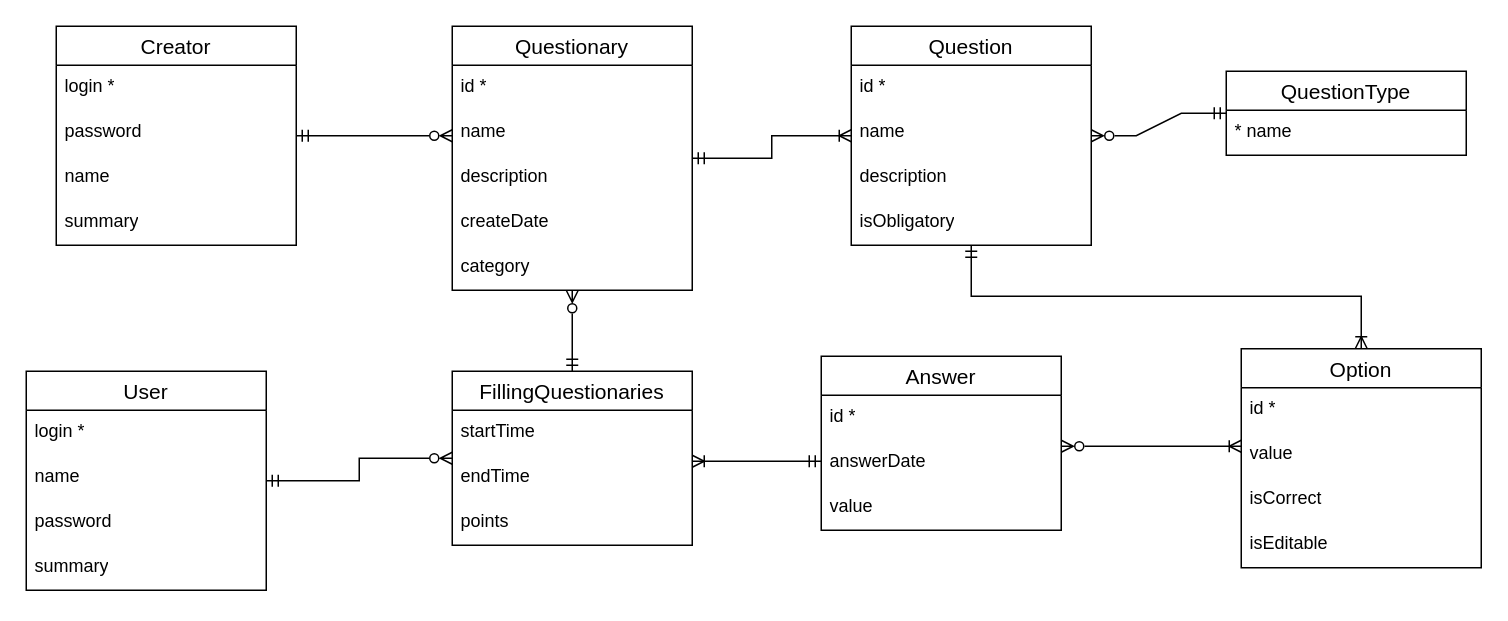
Above: surveys-entity.drawio in Rzyczu/surveys-db (draw.io), before the change. Source tidied: cells renumbered, new cells numbered last; positions are measured from the earlier drawing's top-left corner, leaving out a move shared by most shapes. Both pictures are drawn from the tidied source at 150%, with x=0, y=0 at pixel (26, 26).
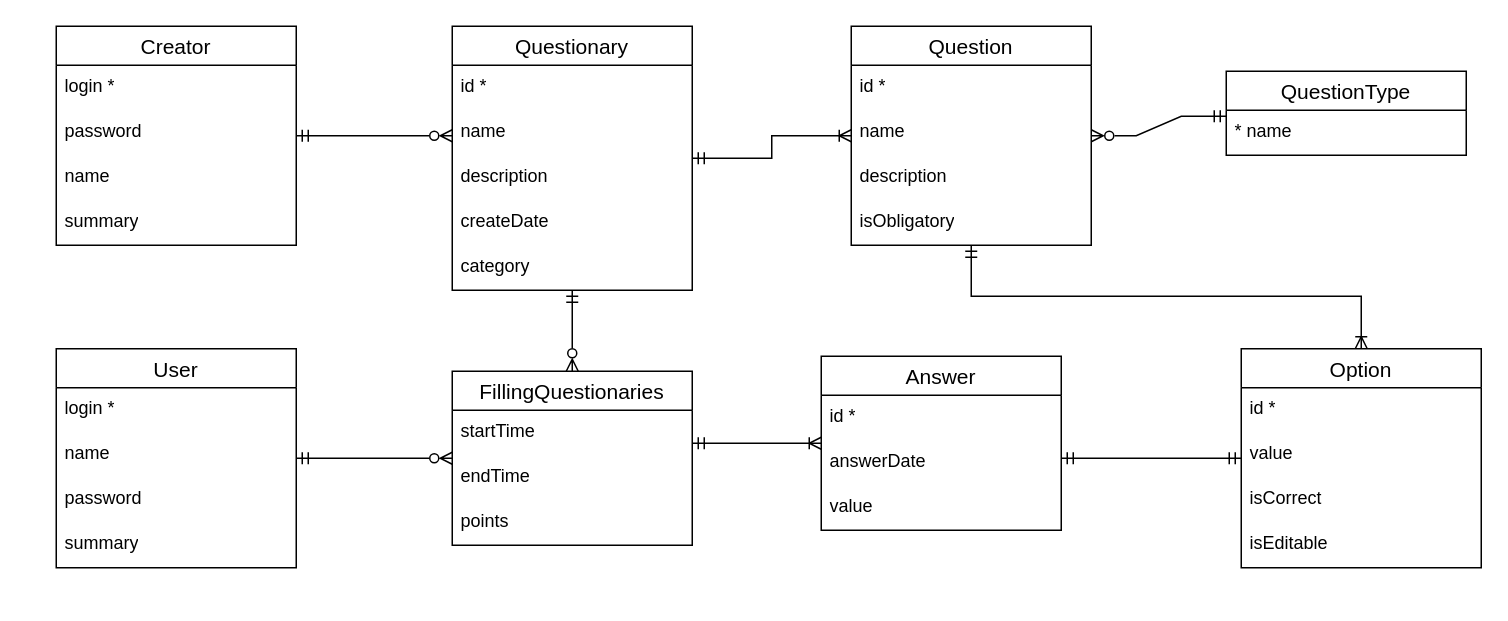
The same diagram, later.

Unchanged cells that the change refers to:
```xml
<mxCell id="7" value="Questionary" style="swimlane;fontStyle=0;horizontal=1;startSize=26;align=center;fontSize=14;" parent="1" vertex="1">
  <mxGeometry x="284" width="160" height="176" as="geometry" />
</mxCell>
<mxCell id="13" value="Option" style="swimlane;fontStyle=0;horizontal=1;startSize=26;align=center;fontSize=14;" parent="1" vertex="1">
  <mxGeometry x="810" y="215" width="160" height="146" as="geometry" />
</mxCell>
<mxCell id="18" value="Question" style="swimlane;fontStyle=0;horizontal=1;startSize=26;align=center;fontSize=14;" parent="1" vertex="1">
  <mxGeometry x="550" width="160" height="146" as="geometry" />
</mxCell>
<mxCell id="33" value="FillingQuestionaries" style="swimlane;fontStyle=0;horizontal=1;startSize=26;align=center;fontSize=14;" parent="1" vertex="1">
  <mxGeometry x="284" y="230" width="160" height="116" as="geometry" />
</mxCell>
<mxCell id="37" value="Answer" style="swimlane;fontStyle=0;horizontal=1;startSize=26;align=center;fontSize=14;" parent="1" vertex="1">
  <mxGeometry x="530" y="220" width="160" height="116" as="geometry" />
</mxCell>
<mxCell id="43" value="QuestionType" style="swimlane;fontStyle=0;horizontal=1;startSize=26;align=center;fontSize=14;" parent="1" vertex="1">
  <mxGeometry x="800" y="30" width="160" height="56" as="geometry" />
</mxCell>
```

What changed in the source:
```diff
@@
     <mxCell id="2" value="User" style="swimlane;fontStyle=0;horizontal=1;startSize=26;align=center;fontSize=14;" parent="1" vertex="1">
-      <mxGeometry y="230" width="160" height="146" as="geometry" />
+      <mxGeometry x="20" y="215" width="160" height="146" as="geometry" />
     </mxCell>
@@
-    <mxCell id="23" style="edgeStyle=orthogonalEdgeStyle;fontSize=12;html=1;endArrow=ERzeroToMany;endFill=0;rounded=0;startArrow=ERmandOne;startFill=0;" parent="1" edge="1" source="33" target="7">
+    <mxCell id="23" style="edgeStyle=orthogonalEdgeStyle;fontSize=12;html=1;endArrow=ERzeroToMany;endFill=0;rounded=0;startArrow=ERmandOne;startFill=0;" parent="1" edge="1" source="7" target="33">
       <mxGeometry relative="1" as="geometry" />
     </mxCell>
@@
-    <mxCell id="41" style="edgeStyle=orthogonalEdgeStyle;fontSize=12;html=1;endArrow=ERoneToMany;startArrow=ERmandOne;rounded=0;endFill=0;" parent="1" edge="1" source="37" target="33">
+    <mxCell id="41" style="edgeStyle=orthogonalEdgeStyle;fontSize=12;html=1;endArrow=ERoneToMany;startArrow=ERmandOne;rounded=0;endFill=0;" parent="1" edge="1" source="33" target="37">
       <mxGeometry relative="1" as="geometry">
         <Array as="points">
-          <mxPoint x="500" y="290" />
-          <mxPoint x="500" y="290" />
+          <mxPoint x="470" y="278" />
+          <mxPoint x="470" y="278" />
         </Array>
       </mxGeometry>
     </mxCell>
-    <mxCell id="42" style="edgeStyle=orthogonalEdgeStyle;fontSize=12;html=1;endArrow=ERoneToMany;startArrow=ERzeroToMany;rounded=0;startFill=0;endFill=0;" parent="1" edge="1" source="37" target="13">
-      <mxGeometry relative="1" as="geometry">
-        <Array as="points">
-          <mxPoint x="770" y="280" />
-          <mxPoint x="770" y="280" />
-        </Array>
-      </mxGeometry>
-    </mxCell>
@@
-    <mxCell id="45" style="edgeStyle=entityRelationEdgeStyle;fontSize=12;html=1;endArrow=ERmandOne;startArrow=ERzeroToMany;rounded=0;startFill=0;" parent="1" edge="1" source="18" target="43">
-      <mxGeometry relative="1" as="geometry" />
+    <mxCell id="45" style="edgeStyle=entityRelationEdgeStyle;fontSize=12;html=1;endArrow=ERmandOne;startArrow=ERzeroToMany;rounded=0;startFill=0;" parent="1" edge="1" source="18">
+      <mxGeometry relative="1" as="geometry">
+        <mxPoint x="800" y="60" as="targetPoint" />
+      </mxGeometry>
     </mxCell>
+    <mxCell id="42" style="edgeStyle=orthogonalEdgeStyle;fontSize=12;html=1;endArrow=ERmandOne;startArrow=ERmandOne;rounded=0;startFill=0;endFill=0;" parent="1" edge="1" source="37" target="13">
+      <mxGeometry relative="1" as="geometry">
+        <Array as="points">
+          <mxPoint x="760" y="288" />
+          <mxPoint x="760" y="288" />
+        </Array>
+      </mxGeometry>
+    </mxCell>
```
